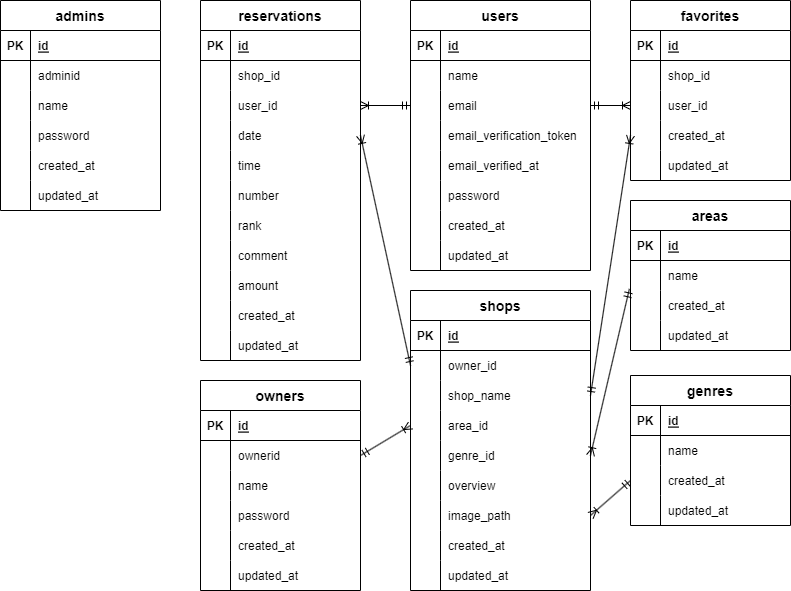
Before: src/.drawio.png, a diagram exported from draw.io (yoshikiakazawa/Rese). Source tidied: cells renumbered, new cells last; positions are measured from the earlier drawing's top-left corner, leaving out a move shared by most shapes.
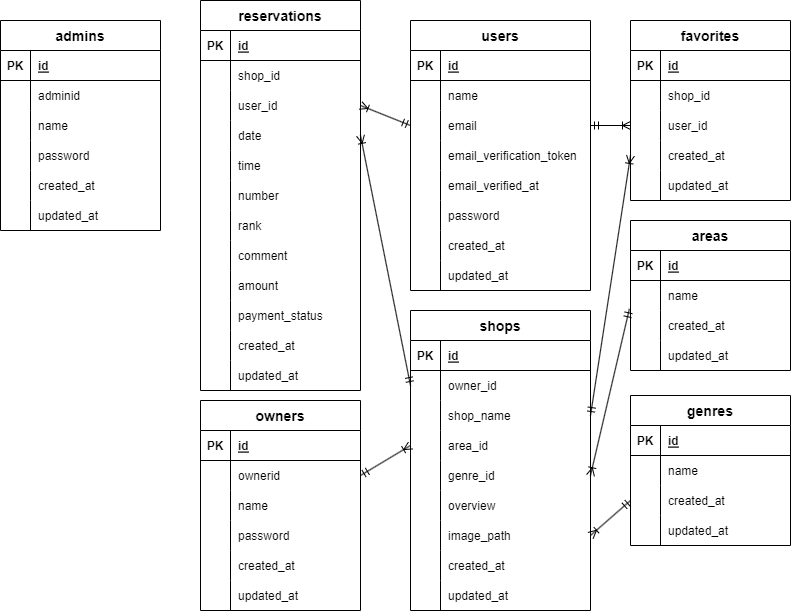
After the change.

Diff of the diagram source:
```diff
@@ -3,7 +3,7 @@
     <mxCell id="0" />
     <mxCell id="1" parent="0" />
     <mxCell id="2" value="reservations" style="shape=table;startSize=30;rowLines=0;fontStyle=1;align=center;fontSize=14;" parent="1" vertex="1">
-      <mxGeometry x="200" width="160" height="360" as="geometry" />
+      <mxGeometry x="200" y="-20" width="160" height="390" as="geometry" />
     </mxCell>
     <mxCell id="3" style="shape=tableRow;horizontal=0;startSize=0;swimlaneHead=0;swimlaneBody=0;fillColor=none;top=0;left=0;right=0;bottom=1;" parent="2" vertex="1">
       <mxGeometry y="30" width="160" height="30" as="geometry" />
@@ -86,8 +86,17 @@
     <mxCell id="29" value="amount" style="shape=partialRectangle;fillColor=none;top=0;left=0;bottom=0;right=0;align=left;spacingLeft=6;overflow=hidden;" parent="27" vertex="1">
       <mxGeometry x="30" width="130" height="30" as="geometry" />
     </mxCell>
+    <mxCell id="176" style="shape=tableRow;horizontal=0;startSize=0;swimlaneHead=0;swimlaneBody=0;fillColor=none;top=0;left=0;right=0;bottom=0;" parent="2" vertex="1">
+      <mxGeometry y="300" width="160" height="30" as="geometry" />
+    </mxCell>
+    <mxCell id="177" style="shape=partialRectangle;fillColor=none;top=0;left=0;bottom=0;right=0;overflow=hidden;" parent="176" vertex="1">
+      <mxGeometry width="30" height="30" as="geometry" />
+    </mxCell>
+    <mxCell id="178" value="payment_status" style="shape=partialRectangle;fillColor=none;top=0;left=0;bottom=0;right=0;align=left;spacingLeft=6;overflow=hidden;" parent="176" vertex="1">
+      <mxGeometry x="30" width="130" height="30" as="geometry" />
+    </mxCell>
     <mxCell id="30" style="shape=tableRow;horizontal=0;startSize=0;swimlaneHead=0;swimlaneBody=0;fillColor=none;top=0;left=0;right=0;bottom=0;" parent="2" vertex="1">
-      <mxGeometry y="300" width="160" height="30" as="geometry" />
+      <mxGeometry y="330" width="160" height="30" as="geometry" />
     </mxCell>
     <mxCell id="31" style="shape=partialRectangle;fillColor=none;top=0;left=0;bottom=0;right=0;overflow=hidden;" parent="30" vertex="1">
       <mxGeometry width="30" height="30" as="geometry" />
@@ -96,7 +105,7 @@
       <mxGeometry x="30" width="130" height="30" as="geometry" />
     </mxCell>
     <mxCell id="33" style="shape=tableRow;horizontal=0;startSize=0;swimlaneHead=0;swimlaneBody=0;fillColor=none;top=0;left=0;right=0;bottom=0;" parent="2" vertex="1">
-      <mxGeometry y="330" width="160" height="30" as="geometry" />
+      <mxGeometry y="360" width="160" height="30" as="geometry" />
     </mxCell>
     <mxCell id="34" style="shape=partialRectangle;fillColor=none;top=0;left=0;bottom=0;right=0;overflow=hidden;" parent="33" vertex="1">
       <mxGeometry width="30" height="30" as="geometry" />
```
